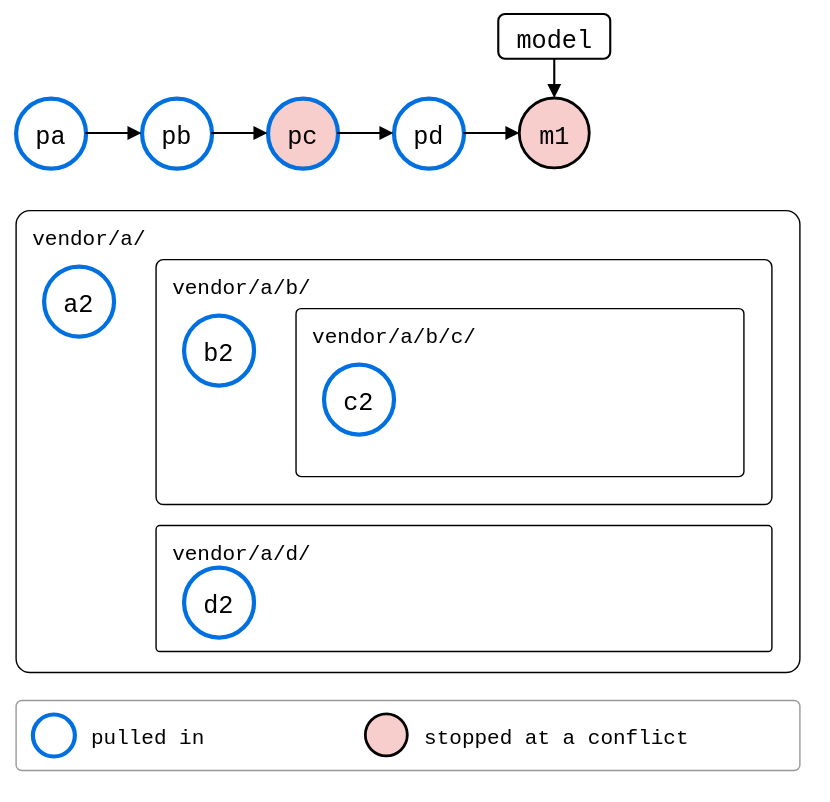
Above: docs/09-scenarios/05-nested-splices/05-recursive-pull/rebased-by-level.drawio.svg in roschaefer/git-splice (draw.io), before the change. Source tidied: cells renumbered, new cells last; positions are measured from the earlier drawing's top-left corner, leaving out a move shared by most shapes. Source of this version:
```xml
<mxGraphModel background="#ffffff">
  <root>
    <mxCell id="0" />
    <mxCell id="1" parent="0" />
    <mxCell id="2" value="pa" style="ellipse;strokeWidth=2;fontSize=18;fontFamily=Roboto Mono,monospace;strokeColor=#0070E0;strokeWidth=3;" parent="1" vertex="1">
      <mxGeometry y="60" width="50" height="50" as="geometry" />
    </mxCell>
    <mxCell id="3" value="pb" style="ellipse;strokeWidth=2;fontSize=18;fontFamily=Roboto Mono,monospace;strokeColor=#0070E0;strokeWidth=3;" parent="1" vertex="1">
      <mxGeometry x="90" y="60" width="50" height="50" as="geometry" />
    </mxCell>
    <mxCell id="4" style="endArrow=block;endFill=1;html=1;strokeWidth=1.5;rounded=0;" parent="1" edge="1" source="2" target="3">
      <mxGeometry relative="1" as="geometry" />
    </mxCell>
    <mxCell id="5" value="pc" style="ellipse;strokeWidth=2;fontSize=18;fontFamily=Roboto Mono,monospace;strokeColor=#0070E0;strokeWidth=3;fillColor=#F8CECC;" parent="1" vertex="1">
      <mxGeometry x="180" y="60" width="50" height="50" as="geometry" />
    </mxCell>
    <mxCell id="6" style="endArrow=block;endFill=1;html=1;strokeWidth=1.5;rounded=0;" parent="1" edge="1" source="3" target="5">
      <mxGeometry relative="1" as="geometry" />
    </mxCell>
    <mxCell id="7" value="pd" style="ellipse;strokeWidth=2;fontSize=18;fontFamily=Roboto Mono,monospace;strokeColor=#0070E0;strokeWidth=3;" parent="1" vertex="1">
      <mxGeometry x="270" y="60" width="50" height="50" as="geometry" />
    </mxCell>
    <mxCell id="8" style="endArrow=block;endFill=1;html=1;strokeWidth=1.5;rounded=0;" parent="1" edge="1" source="5" target="7">
      <mxGeometry relative="1" as="geometry" />
    </mxCell>
    <mxCell id="9" value="m1" style="ellipse;strokeWidth=2;fontSize=18;fontFamily=Roboto Mono,monospace;fillColor=#F8CECC;" parent="1" vertex="1">
      <mxGeometry x="360" y="60" width="50" height="50" as="geometry" />
    </mxCell>
    <mxCell id="10" style="endArrow=block;endFill=1;html=1;strokeWidth=1.5;rounded=0;" parent="1" edge="1" source="7" target="9">
      <mxGeometry relative="1" as="geometry" />
    </mxCell>
    <mxCell id="11" value="model" style="rounded=1;strokeWidth=1.5;fontSize=18;fontFamily=Roboto Mono,monospace;" parent="1" vertex="1">
      <mxGeometry x="345" width="80" height="32" as="geometry" />
    </mxCell>
    <mxCell id="12" style="endArrow=block;endFill=1;html=1;strokeWidth=1.5;rounded=0;" parent="1" edge="1" source="11" target="9">
      <mxGeometry relative="1" as="geometry" />
    </mxCell>
    <mxCell id="13" value="vendor/a/" style="rounded=1;arcSize=3;fillColor=none;strokeWidth=1;fontSize=15;verticalAlign=top;align=left;spacingLeft=10;spacingTop=4;fontFamily=Roboto Mono,monospace;" parent="1" vertex="1">
      <mxGeometry y="140" width="560" height="330" as="geometry" />
    </mxCell>
    <mxCell id="14" value="a2" style="ellipse;strokeWidth=2;fontSize=18;fontFamily=Roboto Mono,monospace;strokeColor=#0070E0;strokeWidth=3;" parent="1" vertex="1">
      <mxGeometry x="20" y="180" width="50" height="50" as="geometry" />
    </mxCell>
    <mxCell id="15" value="vendor/a/b/" style="rounded=1;arcSize=3;fillColor=none;strokeWidth=1;fontSize=15;verticalAlign=top;align=left;spacingLeft=10;spacingTop=4;fontFamily=Roboto Mono,monospace;" parent="1" vertex="1">
      <mxGeometry x="100" y="175" width="440" height="175" as="geometry" />
    </mxCell>
    <mxCell id="16" value="b2" style="ellipse;strokeWidth=2;fontSize=18;fontFamily=Roboto Mono,monospace;strokeColor=#0070E0;strokeWidth=3;" parent="1" vertex="1">
      <mxGeometry x="120" y="215" width="50" height="50" as="geometry" />
    </mxCell>
    <mxCell id="17" value="vendor/a/b/c/" style="rounded=1;arcSize=3;fillColor=none;strokeWidth=1;fontSize=15;verticalAlign=top;align=left;spacingLeft=10;spacingTop=4;fontFamily=Roboto Mono,monospace;" parent="1" vertex="1">
      <mxGeometry x="200" y="210" width="320" height="120" as="geometry" />
    </mxCell>
    <mxCell id="18" value="c2" style="ellipse;strokeWidth=2;fontSize=18;fontFamily=Roboto Mono,monospace;strokeColor=#0070E0;strokeWidth=3;" parent="1" vertex="1">
      <mxGeometry x="220" y="250" width="50" height="50" as="geometry" />
    </mxCell>
    <mxCell id="19" value="vendor/a/d/" style="rounded=1;arcSize=3;fillColor=none;strokeWidth=1;fontSize=15;verticalAlign=top;align=left;spacingLeft=10;spacingTop=4;fontFamily=Roboto Mono,monospace;" parent="1" vertex="1">
      <mxGeometry x="100" y="365" width="440" height="90" as="geometry" />
    </mxCell>
    <mxCell id="20" value="d2" style="ellipse;strokeWidth=2;fontSize=18;fontFamily=Roboto Mono,monospace;strokeColor=#0070E0;strokeWidth=3;" parent="1" vertex="1">
      <mxGeometry x="120" y="395" width="50" height="50" as="geometry" />
    </mxCell>
    <mxCell id="21" style="rounded=1;arcSize=8;fillColor=none;strokeColor=#999999;strokeWidth=1;legend=1;" parent="1" vertex="1">
      <mxGeometry y="490" width="560" height="50" as="geometry" />
    </mxCell>
    <mxCell id="22" style="ellipse;fontSize=13;fontFamily=Roboto Mono,monospace;strokeWidth=2;strokeColor=#0070E0;strokeWidth=3;" parent="21" vertex="1">
      <mxGeometry x="12" y="10" width="30" height="30" as="geometry" />
    </mxCell>
    <mxCell id="23" value="pulled in" style="text;align=left;verticalAlign=middle;fontSize=15;fontFamily=Roboto Mono,monospace;" parent="21" vertex="1">
      <mxGeometry x="52" y="10" width="180" height="30" as="geometry" />
    </mxCell>
    <mxCell id="24" style="ellipse;fontSize=13;fontFamily=Roboto Mono,monospace;strokeWidth=2;fillColor=#F8CECC;" parent="21" vertex="1">
      <mxGeometry x="250" y="10" width="30" height="30" as="geometry" />
    </mxCell>
    <mxCell id="25" value="stopped at a conflict" style="text;align=left;verticalAlign=middle;fontSize=15;fontFamily=Roboto Mono,monospace;" parent="21" vertex="1">
      <mxGeometry x="290" y="10" width="260" height="30" as="geometry" />
    </mxCell>
  </root>
</mxGraphModel>
```
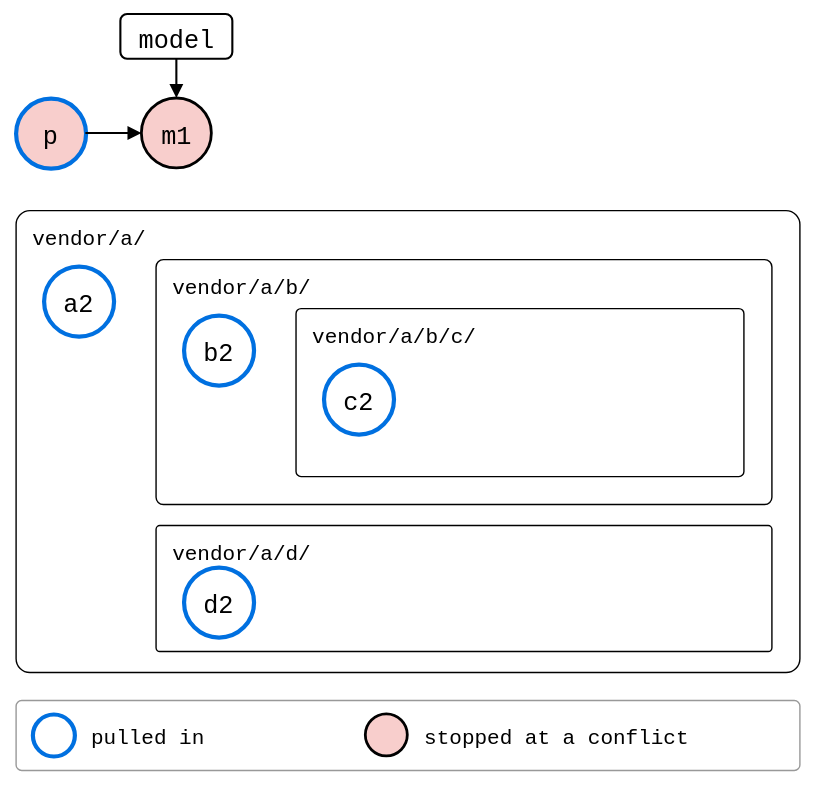
The same diagram one commit later.

Commit message:
docs(scenarios): one level at a time, the monorepo gets one commit for the whole pull

Like pull --recursive without --rebase, which now makes one commit of
its pulls (#432): the monorepo's history shows the change at its own
level, and only its own commit is replayed on top.

The edit, as a diff of the source:
```diff
@@ -2,37 +2,19 @@
   <root>
     <mxCell id="0" />
     <mxCell id="1" parent="0" />
-    <mxCell id="2" value="pa" style="ellipse;strokeWidth=2;fontSize=18;fontFamily=Roboto Mono,monospace;strokeColor=#0070E0;strokeWidth=3;" parent="1" vertex="1">
+    <mxCell id="2" value="p" style="ellipse;strokeWidth=2;fontSize=18;fontFamily=Roboto Mono,monospace;strokeColor=#0070E0;strokeWidth=3;fillColor=#F8CECC;" parent="1" vertex="1">
       <mxGeometry y="60" width="50" height="50" as="geometry" />
     </mxCell>
-    <mxCell id="3" value="pb" style="ellipse;strokeWidth=2;fontSize=18;fontFamily=Roboto Mono,monospace;strokeColor=#0070E0;strokeWidth=3;" parent="1" vertex="1">
+    <mxCell id="3" value="m1" style="ellipse;strokeWidth=2;fontSize=18;fontFamily=Roboto Mono,monospace;fillColor=#F8CECC;" parent="1" vertex="1">
       <mxGeometry x="90" y="60" width="50" height="50" as="geometry" />
     </mxCell>
     <mxCell id="4" style="endArrow=block;endFill=1;html=1;strokeWidth=1.5;rounded=0;" parent="1" edge="1" source="2" target="3">
       <mxGeometry relative="1" as="geometry" />
     </mxCell>
-    <mxCell id="5" value="pc" style="ellipse;strokeWidth=2;fontSize=18;fontFamily=Roboto Mono,monospace;strokeColor=#0070E0;strokeWidth=3;fillColor=#F8CECC;" parent="1" vertex="1">
-      <mxGeometry x="180" y="60" width="50" height="50" as="geometry" />
-    </mxCell>
-    <mxCell id="6" style="endArrow=block;endFill=1;html=1;strokeWidth=1.5;rounded=0;" parent="1" edge="1" source="3" target="5">
-      <mxGeometry relative="1" as="geometry" />
-    </mxCell>
-    <mxCell id="7" value="pd" style="ellipse;strokeWidth=2;fontSize=18;fontFamily=Roboto Mono,monospace;strokeColor=#0070E0;strokeWidth=3;" parent="1" vertex="1">
-      <mxGeometry x="270" y="60" width="50" height="50" as="geometry" />
-    </mxCell>
-    <mxCell id="8" style="endArrow=block;endFill=1;html=1;strokeWidth=1.5;rounded=0;" parent="1" edge="1" source="5" target="7">
-      <mxGeometry relative="1" as="geometry" />
-    </mxCell>
-    <mxCell id="9" value="m1" style="ellipse;strokeWidth=2;fontSize=18;fontFamily=Roboto Mono,monospace;fillColor=#F8CECC;" parent="1" vertex="1">
-      <mxGeometry x="360" y="60" width="50" height="50" as="geometry" />
-    </mxCell>
-    <mxCell id="10" style="endArrow=block;endFill=1;html=1;strokeWidth=1.5;rounded=0;" parent="1" edge="1" source="7" target="9">
-      <mxGeometry relative="1" as="geometry" />
-    </mxCell>
     <mxCell id="11" value="model" style="rounded=1;strokeWidth=1.5;fontSize=18;fontFamily=Roboto Mono,monospace;" parent="1" vertex="1">
-      <mxGeometry x="345" width="80" height="32" as="geometry" />
+      <mxGeometry x="75" width="80" height="32" as="geometry" />
     </mxCell>
-    <mxCell id="12" style="endArrow=block;endFill=1;html=1;strokeWidth=1.5;rounded=0;" parent="1" edge="1" source="11" target="9">
+    <mxCell id="12" style="endArrow=block;endFill=1;html=1;strokeWidth=1.5;rounded=0;" parent="1" edge="1" source="11" target="3">
       <mxGeometry relative="1" as="geometry" />
     </mxCell>
     <mxCell id="13" value="vendor/a/" style="rounded=1;arcSize=3;fillColor=none;strokeWidth=1;fontSize=15;verticalAlign=top;align=left;spacingLeft=10;spacingTop=4;fontFamily=Roboto Mono,monospace;" parent="1" vertex="1">
```
